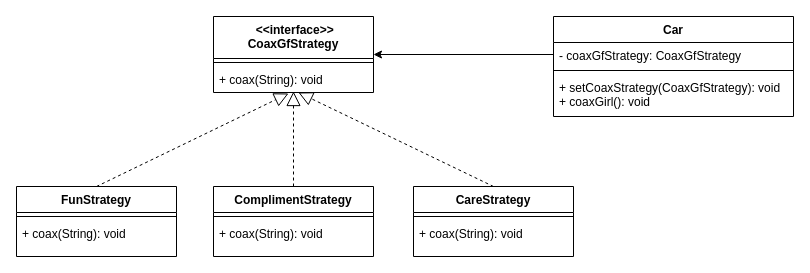
Earlier version of the draw.io diagram design-pattern/src/main/resources/strategy.drawio (Jackson-zhanganbing/spring-test). Source tidied: cells renumbered, new cells numbered last; positions are measured from the earlier drawing's top-left corner, leaving out a move shared by most shapes. Both pictures are drawn from the tidied source at 100%, with x=0, y=0 at pixel (16, 16).
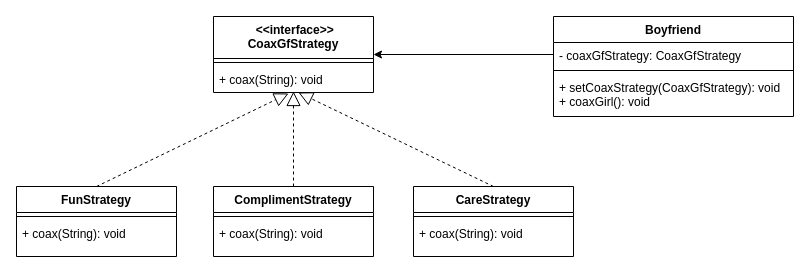
The same page after the edit.

What changed in the source:
```diff
@@
-    <mxCell id="17" value="Car" style="swimlane;fontStyle=1;align=center;verticalAlign=top;horizontal=1;startSize=26;" parent="1" vertex="1">
+    <mxCell id="17" value="Boyfriend&#10;" style="swimlane;fontStyle=1;align=center;verticalAlign=top;horizontal=1;startSize=26;" parent="1" vertex="1">
       <mxGeometry x="537" width="240" height="100" as="geometry" />
     </mxCell>
```
